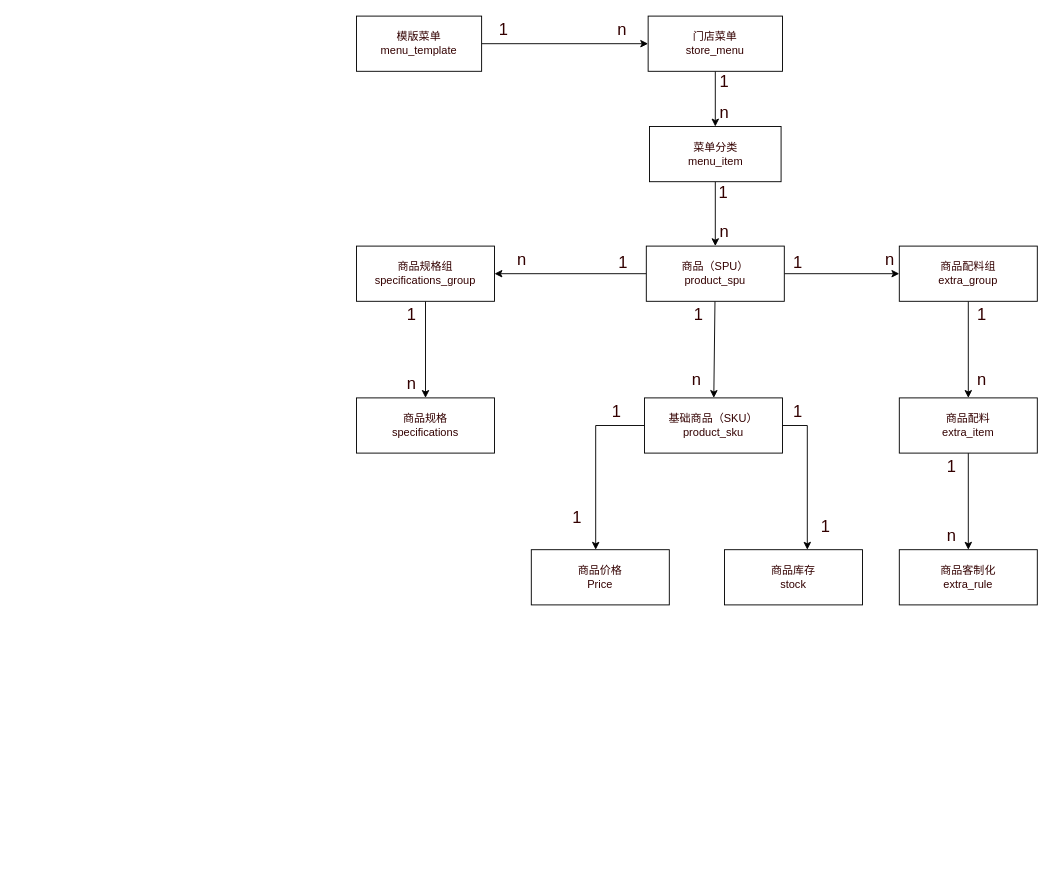
Earlier version of the draw.io diagram 商品菜单领域.drawio (alexzhang2015/PC2.0). Source tidied: cells renumbered, new cells numbered last; positions are measured from the earlier drawing's top-left corner, leaving out a move shared by most shapes. Both pictures are drawn from the tidied source at 92%, with x=0, y=0 at pixel (356, 16).
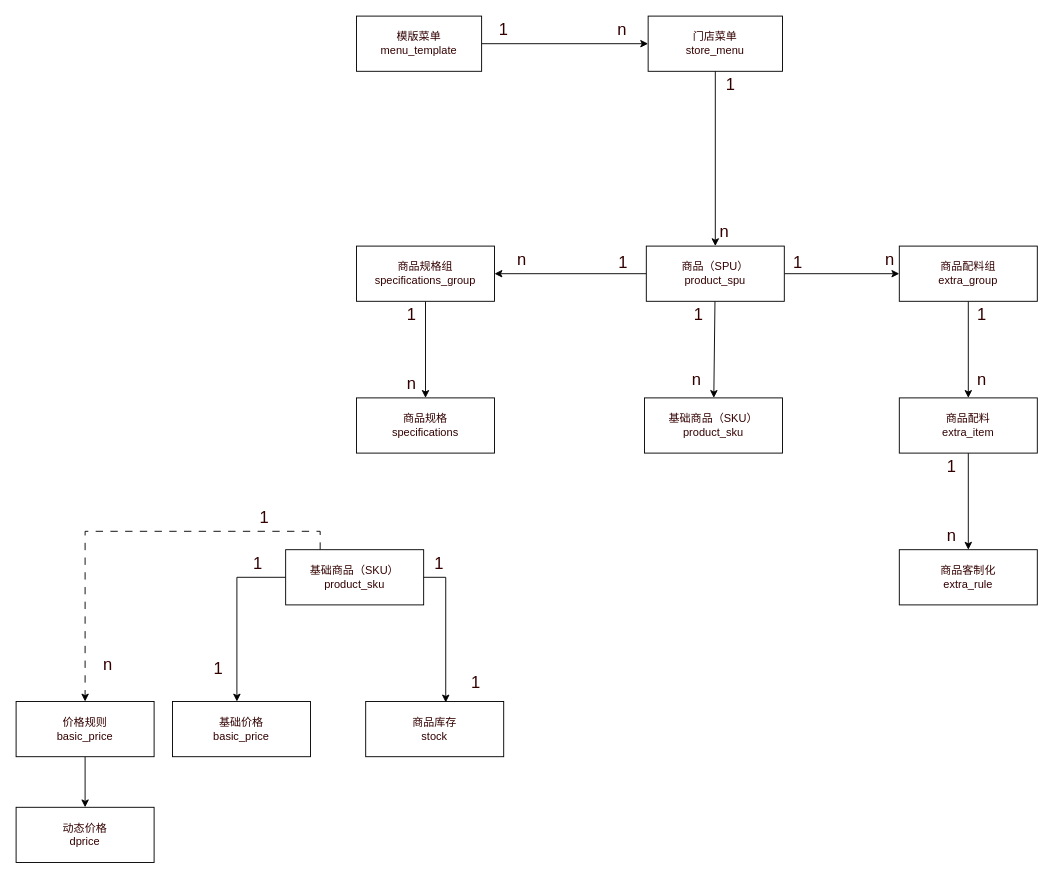
The same page after the edit.

Commit message:
更新商品菜单领域.drawio

The change refers to these unchanged cells:
```xml
<mxCell id="5" value="&lt;div&gt;商品（SPU）&lt;/div&gt;&lt;div&gt;&lt;span style=&quot;background-color: initial;&quot;&gt;product_spu&lt;/span&gt;&lt;/div&gt;" style="rounded=0;whiteSpace=wrap;html=1;fontColor=#330000;" parent="1" vertex="1">
  <mxGeometry x="315" y="250" width="150" height="60" as="geometry" />
</mxCell>
<mxCell id="8" value="&lt;div&gt;&lt;span style=&quot;background-color: initial;&quot;&gt;门店菜单&lt;/span&gt;&lt;br&gt;&lt;/div&gt;&lt;div&gt;&lt;div&gt;store_menu&lt;/div&gt;&lt;/div&gt;" style="rounded=0;whiteSpace=wrap;html=1;fontColor=#330000;" parent="1" vertex="1">
  <mxGeometry x="317" width="146" height="60" as="geometry" />
</mxCell>
<mxCell id="19" value="&lt;div&gt;基础商品（SKU）&lt;/div&gt;&lt;div&gt;product_sku&lt;/div&gt;" style="rounded=0;whiteSpace=wrap;html=1;fontColor=#330000;" parent="1" vertex="1">
  <mxGeometry x="313" y="415" width="150" height="60" as="geometry" />
</mxCell>
```

Change to the diagram source:
```diff
@@
-    <mxCell id="7" style="edgeStyle=orthogonalEdgeStyle;rounded=0;jettySize=auto;html=1;entryX=0.5;entryY=0;entryDx=0;entryDy=0;fontColor=#330000;" parent="1" edge="1" source="8" target="12">
-      <mxGeometry relative="1" as="geometry" />
-    </mxCell>
@@
-    <mxCell id="11" style="rounded=0;jettySize=auto;html=1;entryX=0.5;entryY=0;entryDx=0;entryDy=0;exitX=0.5;exitY=1;exitDx=0;exitDy=0;fontColor=#330000;" parent="1" edge="1" source="12" target="5">
+    <mxCell id="11" style="rounded=0;jettySize=auto;html=1;entryX=0.5;entryY=0;entryDx=0;entryDy=0;exitX=0.5;exitY=1;exitDx=0;exitDy=0;fontColor=#330000;" parent="1" edge="1" source="8" target="5">
       <mxGeometry relative="1" as="geometry" />
     </mxCell>
-    <mxCell id="12" value="&lt;div&gt;菜单分类&lt;/div&gt;&lt;div&gt;menu_item&lt;br&gt;&lt;/div&gt;" style="rounded=0;whiteSpace=wrap;html=1;fontColor=#330000;" parent="1" vertex="1">
-      <mxGeometry x="318.5" y="120" width="143" height="60" as="geometry" />
-    </mxCell>
@@
-    <mxCell id="17" style="edgeStyle=orthogonalEdgeStyle;rounded=0;jettySize=auto;html=1;" parent="1" edge="1" source="19" target="41">
-      <mxGeometry relative="1" as="geometry">
-        <Array as="points">
-          <mxPoint x="260" y="445" />
-        </Array>
-      </mxGeometry>
-    </mxCell>
-    <mxCell id="18" style="edgeStyle=orthogonalEdgeStyle;rounded=0;jettySize=auto;html=1;" parent="1" edge="1" source="19" target="42">
-      <mxGeometry relative="1" as="geometry">
-        <Array as="points">
-          <mxPoint x="490" y="445" />
-        </Array>
-      </mxGeometry>
-    </mxCell>
@@
-    <mxCell id="27" value="&lt;font style=&quot;font-size: 18px;&quot;&gt;1&lt;/font&gt;" style="text;html=1;align=center;verticalAlign=middle;whiteSpace=wrap;rounded=0;fontColor=#330000;fontSize=18;" parent="1" vertex="1">
-      <mxGeometry x="370" y="57" width="60" height="30" as="geometry" />
-    </mxCell>
-    <mxCell id="28" value="&lt;font style=&quot;font-size: 18px;&quot;&gt;n&lt;/font&gt;" style="text;html=1;align=center;verticalAlign=middle;whiteSpace=wrap;rounded=0;fontColor=#330000;fontSize=18;" parent="1" vertex="1">
-      <mxGeometry x="370" y="90" width="60" height="30" as="geometry" />
-    </mxCell>
     <mxCell id="29" value="&lt;font style=&quot;font-size: 18px;&quot;&gt;1&lt;/font&gt;" style="text;html=1;align=center;verticalAlign=middle;whiteSpace=wrap;rounded=0;fontColor=#330000;fontSize=18;" parent="1" vertex="1">
-      <mxGeometry x="369" y="177" width="60" height="30" as="geometry" />
+      <mxGeometry x="377" y="60" width="60" height="30" as="geometry" />
     </mxCell>
@@
-    <mxCell id="41" value="&lt;div&gt;商品价格&lt;/div&gt;&lt;div&gt;Price&lt;/div&gt;" style="rounded=0;whiteSpace=wrap;html=1;fontColor=#330000;" parent="1" vertex="1">
-      <mxGeometry x="190" y="580" width="150" height="60" as="geometry" />
-    </mxCell>
+    <mxCell id="47" style="edgeStyle=orthogonalEdgeStyle;rounded=0;jettySize=auto;html=1;" parent="1" edge="1" source="49">
+      <mxGeometry relative="1" as="geometry">
+        <mxPoint x="-130" y="745" as="targetPoint" />
+        <Array as="points">
+          <mxPoint x="-130" y="610" />
+        </Array>
+      </mxGeometry>
+    </mxCell>
+    <mxCell id="48" style="edgeStyle=orthogonalEdgeStyle;rounded=0;jettySize=auto;html=1;exitX=0.25;exitY=0;exitDx=0;exitDy=0;entryX=0.5;entryY=0;entryDx=0;entryDy=0;dashed=1;dashPattern=8 8;" parent="1" edge="1" source="49" target="57">
+      <mxGeometry relative="1" as="geometry" />
+    </mxCell>
+    <mxCell id="49" value="&lt;div&gt;基础商品（SKU）&lt;/div&gt;&lt;div&gt;product_sku&lt;/div&gt;" style="rounded=0;whiteSpace=wrap;html=1;fontColor=#330000;" parent="1" vertex="1">
+      <mxGeometry x="-77" y="580" width="150" height="60" as="geometry" />
+    </mxCell>
     <mxCell id="42" value="商品库存&lt;br&gt;&lt;div&gt;stock&lt;br&gt;&lt;/div&gt;" style="rounded=0;whiteSpace=wrap;html=1;fontColor=#330000;" parent="1" vertex="1">
-      <mxGeometry x="400" y="580" width="150" height="60" as="geometry" />
+      <mxGeometry x="10" y="745" width="150" height="60" as="geometry" />
     </mxCell>
-    <mxCell id="43" value="&lt;font style=&quot;font-size: 18px;&quot;&gt;1&lt;/font&gt;" style="text;html=1;align=center;verticalAlign=middle;whiteSpace=wrap;rounded=0;fontColor=#330000;fontSize=18;" parent="1" vertex="1">
-      <mxGeometry x="450" y="415" width="60" height="30" as="geometry" />
-    </mxCell>
-    <mxCell id="44" value="&lt;font style=&quot;font-size: 18px;&quot;&gt;1&lt;/font&gt;" style="text;html=1;align=center;verticalAlign=middle;whiteSpace=wrap;rounded=0;fontColor=#330000;fontSize=18;" parent="1" vertex="1">
-      <mxGeometry x="480" y="540" width="60" height="30" as="geometry" />
-    </mxCell>
-    <mxCell id="45" value="&lt;font style=&quot;font-size: 18px;&quot;&gt;1&lt;/font&gt;" style="text;html=1;align=center;verticalAlign=middle;whiteSpace=wrap;rounded=0;fontColor=#330000;fontSize=18;" parent="1" vertex="1">
-      <mxGeometry x="210" y="530" width="60" height="30" as="geometry" />
-    </mxCell>
-    <mxCell id="46" value="&lt;font style=&quot;font-size: 18px;&quot;&gt;1&lt;/font&gt;" style="text;html=1;align=center;verticalAlign=middle;whiteSpace=wrap;rounded=0;fontColor=#330000;fontSize=18;" parent="1" vertex="1">
-      <mxGeometry x="253" y="415" width="60" height="30" as="geometry" />
-    </mxCell>
+    <mxCell id="50" value="&lt;font style=&quot;font-size: 18px;&quot;&gt;1&lt;/font&gt;" style="text;html=1;align=center;verticalAlign=middle;whiteSpace=wrap;rounded=0;fontColor=#330000;fontSize=18;" parent="1" vertex="1">
+      <mxGeometry x="60" y="580" width="60" height="30" as="geometry" />
+    </mxCell>
+    <mxCell id="51" value="&lt;font style=&quot;font-size: 18px;&quot;&gt;1&lt;/font&gt;" style="text;html=1;align=center;verticalAlign=middle;whiteSpace=wrap;rounded=0;fontColor=#330000;fontSize=18;" parent="1" vertex="1">
+      <mxGeometry x="100" y="710" width="60" height="30" as="geometry" />
+    </mxCell>
+    <mxCell id="52" value="&lt;font style=&quot;font-size: 18px;&quot;&gt;1&lt;/font&gt;" style="text;html=1;align=center;verticalAlign=middle;whiteSpace=wrap;rounded=0;fontColor=#330000;fontSize=18;" parent="1" vertex="1">
+      <mxGeometry x="-180" y="695" width="60" height="30" as="geometry" />
+    </mxCell>
+    <mxCell id="53" value="&lt;font style=&quot;font-size: 18px;&quot;&gt;1&lt;/font&gt;" style="text;html=1;align=center;verticalAlign=middle;whiteSpace=wrap;rounded=0;fontColor=#330000;fontSize=18;" parent="1" vertex="1">
+      <mxGeometry x="-137" y="580" width="60" height="30" as="geometry" />
+    </mxCell>
+    <mxCell id="54" value="基础价格&lt;br&gt;&lt;div&gt;basic_price&lt;br&gt;&lt;/div&gt;" style="rounded=0;whiteSpace=wrap;html=1;fontColor=#330000;" parent="1" vertex="1">
+      <mxGeometry x="-200" y="745" width="150" height="60" as="geometry" />
+    </mxCell>
+    <mxCell id="55" style="edgeStyle=orthogonalEdgeStyle;rounded=0;jettySize=auto;html=1;exitX=1;exitY=0.5;exitDx=0;exitDy=0;entryX=0.58;entryY=0.017;entryDx=0;entryDy=0;entryPerimeter=0;" parent="1" edge="1" source="49" target="42">
+      <mxGeometry relative="1" as="geometry" />
+    </mxCell>
+    <mxCell id="56" style="edgeStyle=orthogonalEdgeStyle;rounded=0;jettySize=auto;html=1;exitX=0.5;exitY=1;exitDx=0;exitDy=0;entryX=0.5;entryY=0;entryDx=0;entryDy=0;" parent="1" edge="1" source="57" target="59">
+      <mxGeometry relative="1" as="geometry" />
+    </mxCell>
+    <mxCell id="57" value="价格规则&lt;br&gt;&lt;div&gt;basic_price&lt;br&gt;&lt;/div&gt;" style="rounded=0;whiteSpace=wrap;html=1;fontColor=#330000;" parent="1" vertex="1">
+      <mxGeometry x="-370" y="745" width="150" height="60" as="geometry" />
+    </mxCell>
+    <mxCell id="58" value="&lt;font style=&quot;font-size: 18px;&quot;&gt;1&lt;/font&gt;" style="text;html=1;align=center;verticalAlign=middle;whiteSpace=wrap;rounded=0;fontColor=#330000;fontSize=18;" parent="1" vertex="1">
+      <mxGeometry x="-130" y="530" width="60" height="30" as="geometry" />
+    </mxCell>
+    <mxCell id="28" value="&lt;font style=&quot;font-size: 18px;&quot;&gt;n&lt;/font&gt;" style="text;html=1;align=center;verticalAlign=middle;whiteSpace=wrap;rounded=0;fontColor=#330000;fontSize=18;" parent="1" vertex="1">
+      <mxGeometry x="-300" y="690" width="60" height="30" as="geometry" />
+    </mxCell>
+    <mxCell id="59" value="动态价格&lt;br&gt;&lt;div&gt;dprice&lt;br&gt;&lt;/div&gt;" style="rounded=0;whiteSpace=wrap;html=1;fontColor=#330000;" parent="1" vertex="1">
+      <mxGeometry x="-370" y="860" width="150" height="60" as="geometry" />
+    </mxCell>
```
